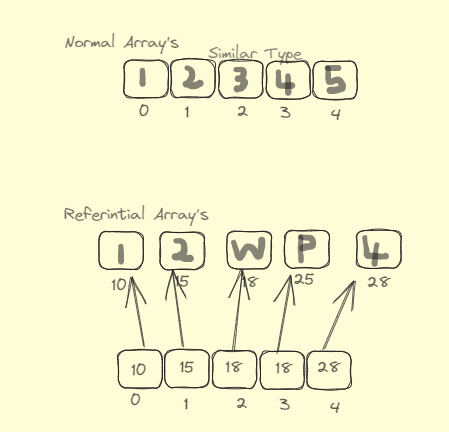
waseemofficial/DSA_Python keeps this Excalidraw diagram as Notes/Demo.excalidraw.png. Above is the earlier version. Source tidied: one line per element, renumbered; positions are measured from the earlier drawing's top-left corner, leaving out a move shared by most shapes.
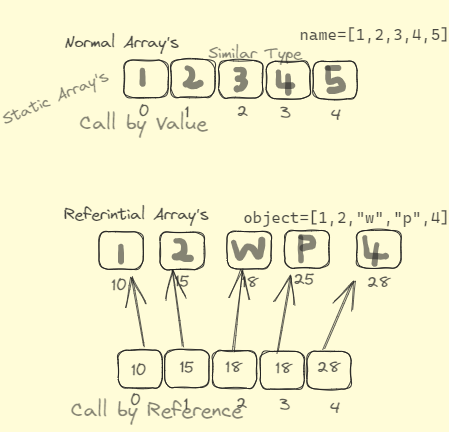
After the commit.

What changed in the source:
```diff
@@ -3,14 +3,13 @@
 {"id": 2, "type": "rectangle", "strokeColor": "#1e1e1e", "strokeWidth": 1, "roughness": 1, "round": true, "x": 218, "y": 60, "width": 44, "height": 38}
 {"id": 3, "type": "rectangle", "strokeColor": "#1e1e1e", "strokeWidth": 1, "roughness": 1, "round": true, "x": 266, "y": 61, "width": 44, "height": 38}
 {"id": 4, "type": "rectangle", "strokeColor": "#1e1e1e", "strokeWidth": 1, "roughness": 1, "round": true, "x": 313, "y": 61, "width": 44, "height": 38}
-{"id": 5, "type": "text", "text": "Normal Array's", "strokeColor": "#1e1e1e", "strokeWidth": 1, "roughness": 1, "opacity": 70, "fontSize": 16, "fontFamily": 1, "x": 64, "y": 33, "width": 114, "height": 20}
+{"id": 5, "type": "text", "text": "Normal Array's", "strokeColor": "#1e1e1e", "strokeWidth": 1, "roughness": 1, "opacity": 90, "fontSize": 16, "fontFamily": 1, "x": 64, "y": 33, "width": 114, "height": 20}
 {"id": 6, "type": "rectangle", "strokeColor": "#1e1e1e", "strokeWidth": 1, "roughness": 1, "round": true, "x": 99, "y": 232, "width": 44, "height": 38}
 {"id": 7, "type": "rectangle", "strokeColor": "#1e1e1e", "strokeWidth": 1, "roughness": 1, "round": true, "x": 160, "y": 232, "width": 44, "height": 38}
 {"id": 8, "type": "rectangle", "strokeColor": "#1e1e1e", "strokeWidth": 1, "roughness": 1, "round": true, "x": 227, "y": 231, "width": 44, "height": 38}
 {"id": 9, "type": "rectangle", "strokeColor": "#1e1e1e", "strokeWidth": 1, "roughness": 1, "round": true, "x": 285, "y": 231, "width": 44, "height": 38}
 {"id": 10, "type": "rectangle", "strokeColor": "#1e1e1e", "strokeWidth": 1, "roughness": 1, "round": true, "x": 357, "y": 231, "width": 44, "height": 38}
-{"id": 11, "type": "text", "text": "Referintial Array's", "strokeColor": "#1e1e1e", "strokeWidth": 1, "roughness": 1, "opacity": 70, "fontSize": 16, "fontFamily": 1, "x": 64, "y": 205, "width": 145, "height": 20}
+{"id": 11, "type": "text", "text": "Referintial Array's", "strokeColor": "#1e1e1e", "strokeWidth": 1, "roughness": 1, "opacity": 90, "fontSize": 16, "fontFamily": 1, "x": 64, "y": 205, "width": 145, "height": 20}
-{"id": 12, "type": "text", "text": "Similar Type", "strokeColor": "#1e1e1e", "strokeWidth": 1, "roughness": 1, "opacity": 60, "fontSize": 16, "fontFamily": 1, "x": 208, "y": 44, "width": 94, "height": 20}
 {"id": 13, "type": "freedraw", "strokeColor": "#1e1e1e", "strokeWidth": 1, "roughness": 1, "opacity": 60, "x": 142, "y": 70, "width": 0, "height": 14, "points": [[0, 0], [0, 1], [0, 2], [0, 3], [0, 4], [0, 5], [0, 6], [0, 8], [0, 9], [0, 10], [0, 10], [0, 12], [0, 13], [0, 14], [0, 14]]}
 {"id": 14, "type": "freedraw", "strokeColor": "#1e1e1e", "strokeWidth": 1, "roughness": 1, "opacity": 60, "x": 187, "y": 68, "width": 14, "height": 18, "points": [[0, 0], [1, 0], [2, 0], [3, 0], [3, 1], [3, 2], [4, 2], [5, 3], [5, 4], [5, 5], [5, 6], [5, 7], [5, 9], [5, 10], [5, 10], [4, 10], [3, 11], [3, 13], [2, 14], [2, 14], [1, 14], [1, 15], [0, 15], [-1, 15], [-1, 17], [-1, 16], [-1, 16], [0, 16], [1, 17], [3, 17], [3, 18], [3, 18], [4, 18], [5, 18], [6, 18], [7, 18], [7, 18], [8, 18], [10, 18], [10, 17], [11, 17], [11, 16], [12, 16], [13, 16], [13, 15], [13, 15]]}
 {"id": 15, "type": "freedraw", "strokeColor": "#1e1e1e", "strokeWidth": 1, "roughness": 1, "opacity": 60, "x": 236, "y": 70, "width": 9, "height": 20, "points": [[0, 0], [3, 0], [4, 0], [6, 0], [7, 0], [7, 2], [8, 3], [8, 5], [7, 6], [6, 8], [5, 10], [3, 10], [2, 9], [3, 9], [5, 10], [7, 10], [8, 11], [9, 13], [8, 14], [7, 16], [6, 18], [5, 19], [3, 19], [1, 20], [1, 19]]}
@@ -55,4 +54,10 @@
 {"id": 54, "type": "text", "text": "2", "strokeColor": "#1e1e1e", "strokeWidth": 1, "roughness": 1, "opacity": 80, "fontSize": 16, "fontFamily": 1, "x": 235, "y": 394, "width": 11, "height": 20}
 {"id": 55, "type": "text", "text": "3", "strokeColor": "#1e1e1e", "strokeWidth": 1, "roughness": 1, "opacity": 80, "fontSize": 16, "fontFamily": 1, "x": 279, "y": 395, "width": 11, "height": 20}
 {"id": 56, "type": "text", "text": "4", "strokeColor": "#1e1e1e", "strokeWidth": 1, "roughness": 1, "opacity": 80, "fontSize": 16, "fontFamily": 1, "x": 330, "y": 399, "width": 10, "height": 20}
+{"id": 58, "type": "text", "text": "Call by Reference", "strokeColor": "#1e1e1e", "strokeWidth": 1, "roughness": 1, "opacity": 60, "fontSize": 20, "fontFamily": 1, "x": 71, "y": 398, "width": 171, "height": 25}
+{"id": 59, "type": "text", "text": "Call by Value", "strokeColor": "#1e1e1e", "strokeWidth": 1, "roughness": 1, "opacity": 60, "fontSize": 20, "fontFamily": 1, "x": 80, "y": 111, "width": 128, "height": 25}
+{"id": 12, "type": "text", "text": "Similar Type", "strokeColor": "#1e1e1e", "strokeWidth": 1, "roughness": 1, "opacity": 60, "fontSize": 16, "fontFamily": 1, "x": 208, "y": 44, "width": 94, "height": 20}
+{"id": 60, "type": "text", "text": "name=[1,2,3,4,5]", "strokeColor": "#1e1e1e", "strokeWidth": 1, "roughness": 1, "opacity": 90, "fontSize": 16, "fontFamily": 3, "x": 299, "y": 25, "width": 150, "height": 19}
+{"id": 61, "type": "text", "text": "object=[1,2,\"w\",\"p\",4]", "strokeColor": "#1e1e1e", "strokeWidth": 1, "roughness": 1, "opacity": 90, "fontSize": 16, "fontFamily": 3, "x": 243, "y": 208, "width": 206, "height": 19}
+{"id": 62, "type": "text", "text": "Static Array's", "strokeColor": "#1e1e1e", "angle": 5.87, "strokeWidth": 1, "roughness": 1, "opacity": 60, "fontSize": 16, "fontFamily": 1, "x": -1, "y": 88, "width": 113, "height": 20}
 {"id": 57, "type": "frame", "strokeColor": "#bbb", "strokeWidth": 1, "roughness": 0, "opacity": 90, "x": 0, "y": 0, "width": 449, "height": 432}
```
